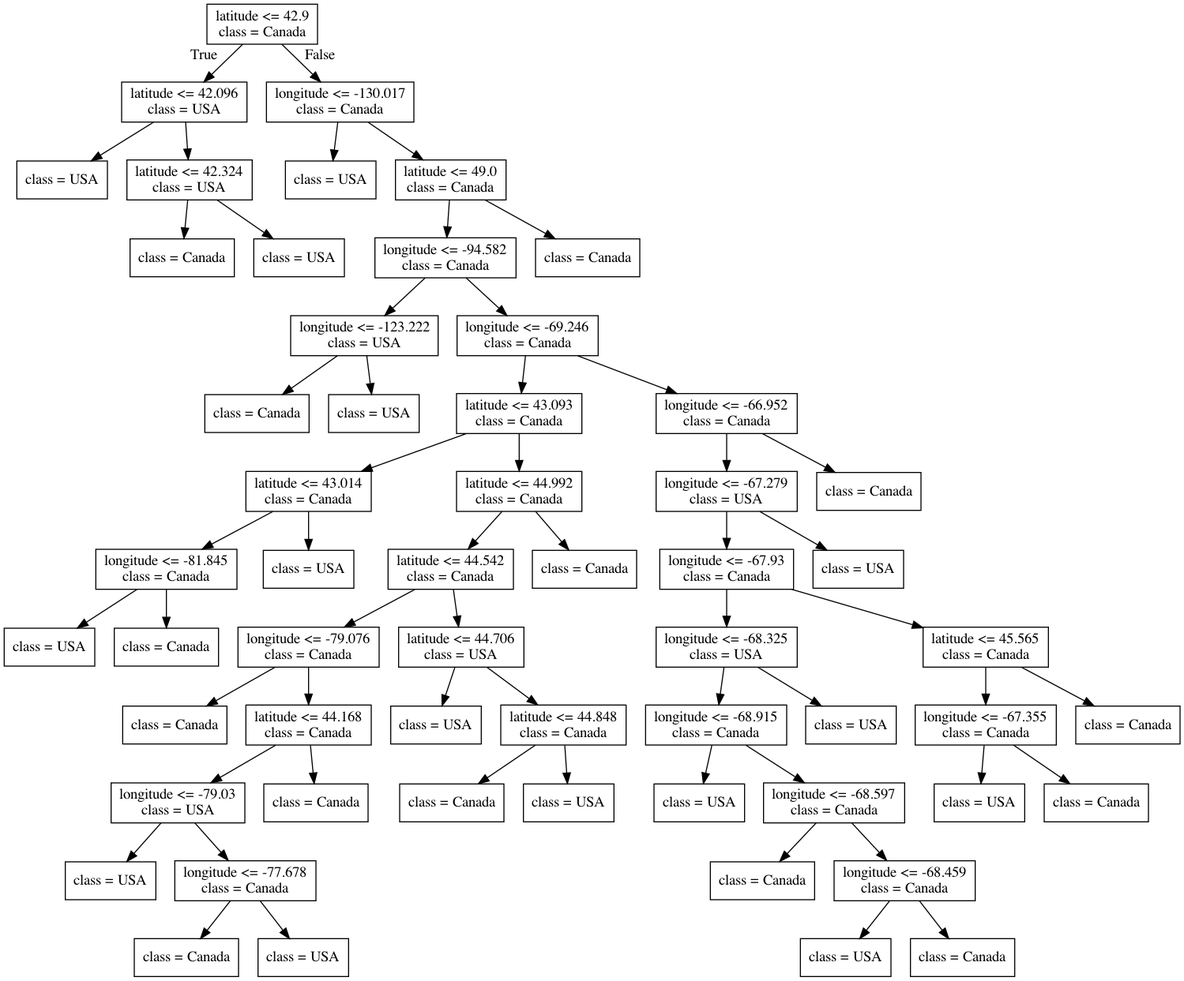
The Graphviz diagram lectures/Source.gv.png in bait509-ubc/BAIT509, before a commit. Its source is kept beside it as lectures/Source.gv.
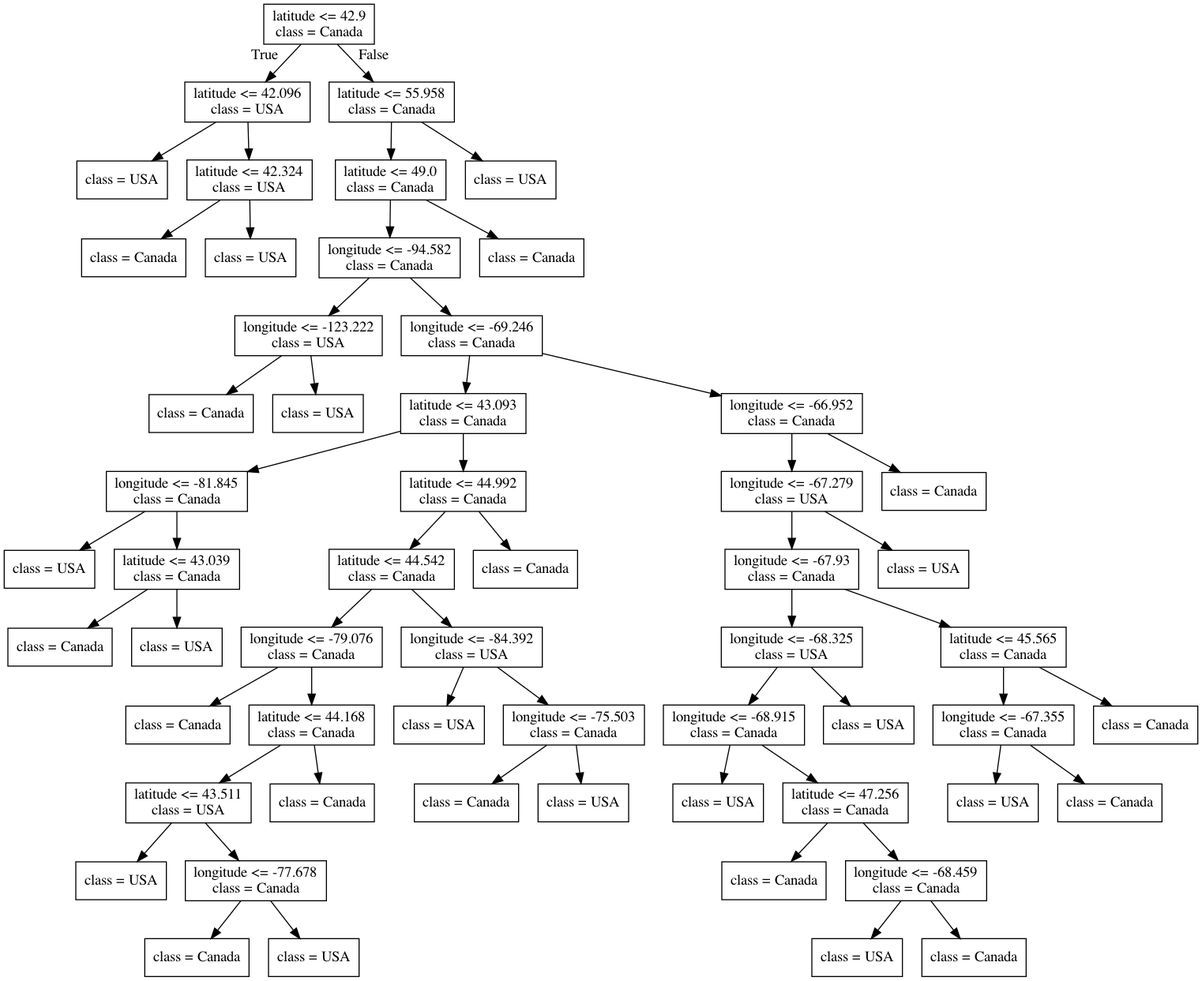
After the commit.

The edit, as a diff of the source:
```diff
@@ -11,106 +11,106 @@
 3 -> 4 ;
 5 [label="class = USA"] ;
 3 -> 5 ;
-6 [label="longitude <= -130.017\nclass = Canada"] ;
+6 [label="latitude <= 55.958\nclass = Canada"] ;
 0 -> 6 [labeldistance=2.5, labelangle=-45, headlabel="False"] ;
-7 [label="class = USA"] ;
+7 [label="latitude <= 49.0\nclass = Canada"] ;
 6 -> 7 ;
-8 [label="latitude <= 49.0\nclass = Canada"] ;
-6 -> 8 ;
-9 [label="longitude <= -94.582\nclass = Canada"] ;
+8 [label="longitude <= -94.582\nclass = Canada"] ;
+7 -> 8 ;
+9 [label="longitude <= -123.222\nclass = USA"] ;
 8 -> 9 ;
-10 [label="longitude <= -123.222\nclass = USA"] ;
+10 [label="class = Canada"] ;
 9 -> 10 ;
-11 [label="class = Canada"] ;
-10 -> 11 ;
-12 [label="class = USA"] ;
-10 -> 12 ;
-13 [label="longitude <= -69.246\nclass = Canada"] ;
-9 -> 13 ;
-14 [label="latitude <= 43.093\nclass = Canada"] ;
+11 [label="class = USA"] ;
+9 -> 11 ;
+12 [label="longitude <= -69.246\nclass = Canada"] ;
+8 -> 12 ;
+13 [label="latitude <= 43.093\nclass = Canada"] ;
+12 -> 13 ;
+14 [label="longitude <= -81.845\nclass = Canada"] ;
 13 -> 14 ;
-15 [label="latitude <= 43.014\nclass = Canada"] ;
+15 [label="class = USA"] ;
 14 -> 15 ;
-16 [label="longitude <= -81.845\nclass = Canada"] ;
-15 -> 16 ;
-17 [label="class = USA"] ;
+16 [label="latitude <= 43.039\nclass = Canada"] ;
+14 -> 16 ;
+17 [label="class = Canada"] ;
 16 -> 17 ;
-18 [label="class = Canada"] ;
+18 [label="class = USA"] ;
 16 -> 18 ;
-19 [label="class = USA"] ;
-15 -> 19 ;
-20 [label="latitude <= 44.992\nclass = Canada"] ;
-14 -> 20 ;
-21 [label="latitude <= 44.542\nclass = Canada"] ;
+19 [label="latitude <= 44.992\nclass = Canada"] ;
+13 -> 19 ;
+20 [label="latitude <= 44.542\nclass = Canada"] ;
+19 -> 20 ;
+21 [label="longitude <= -79.076\nclass = Canada"] ;
 20 -> 21 ;
-22 [label="longitude <= -79.076\nclass = Canada"] ;
+22 [label="class = Canada"] ;
 21 -> 22 ;
-23 [label="class = Canada"] ;
-22 -> 23 ;
-24 [label="latitude <= 44.168\nclass = Canada"] ;
-22 -> 24 ;
-25 [label="longitude <= -79.03\nclass = USA"] ;
+23 [label="latitude <= 44.168\nclass = Canada"] ;
+21 -> 23 ;
+24 [label="latitude <= 43.511\nclass = USA"] ;
+23 -> 24 ;
+25 [label="class = USA"] ;
 24 -> 25 ;
-26 [label="class = USA"] ;
-25 -> 26 ;
-27 [label="longitude <= -77.678\nclass = Canada"] ;
-25 -> 27 ;
-28 [label="class = Canada"] ;
-27 -> 28 ;
-29 [label="class = USA"] ;
-27 -> 29 ;
-30 [label="class = Canada"] ;
-24 -> 30 ;
-31 [label="latitude <= 44.706\nclass = USA"] ;
-21 -> 31 ;
-32 [label="class = USA"] ;
-31 -> 32 ;
-33 [label="latitude <= 44.848\nclass = Canada"] ;
-31 -> 33 ;
-34 [label="class = Canada"] ;
-33 -> 34 ;
-35 [label="class = USA"] ;
-33 -> 35 ;
-36 [label="class = Canada"] ;
-20 -> 36 ;
-37 [label="longitude <= -66.952\nclass = Canada"] ;
-13 -> 37 ;
-38 [label="longitude <= -67.279\nclass = USA"] ;
+26 [label="longitude <= -77.678\nclass = Canada"] ;
+24 -> 26 ;
+27 [label="class = Canada"] ;
+26 -> 27 ;
+28 [label="class = USA"] ;
+26 -> 28 ;
+29 [label="class = Canada"] ;
+23 -> 29 ;
+30 [label="longitude <= -84.392\nclass = USA"] ;
+20 -> 30 ;
+31 [label="class = USA"] ;
+30 -> 31 ;
+32 [label="longitude <= -75.503\nclass = Canada"] ;
+30 -> 32 ;
+33 [label="class = Canada"] ;
+32 -> 33 ;
+34 [label="class = USA"] ;
+32 -> 34 ;
+35 [label="class = Canada"] ;
+19 -> 35 ;
+36 [label="longitude <= -66.952\nclass = Canada"] ;
+12 -> 36 ;
+37 [label="longitude <= -67.279\nclass = USA"] ;
+36 -> 37 ;
+38 [label="longitude <= -67.93\nclass = Canada"] ;
 37 -> 38 ;
-39 [label="longitude <= -67.93\nclass = Canada"] ;
+39 [label="longitude <= -68.325\nclass = USA"] ;
 38 -> 39 ;
-40 [label="longitude <= -68.325\nclass = USA"] ;
+40 [label="longitude <= -68.915\nclass = Canada"] ;
 39 -> 40 ;
-41 [label="longitude <= -68.915\nclass = Canada"] ;
+41 [label="class = USA"] ;
 40 -> 41 ;
-42 [label="class = USA"] ;
-41 -> 42 ;
-43 [label="longitude <= -68.597\nclass = Canada"] ;
-41 -> 43 ;
-44 [label="class = Canada"] ;
-43 -> 44 ;
-45 [label="longitude <= -68.459\nclass = Canada"] ;
-43 -> 45 ;
-46 [label="class = USA"] ;
-45 -> 46 ;
-47 [label="class = Canada"] ;
-45 -> 47 ;
-48 [label="class = USA"] ;
-40 -> 48 ;
-49 [label="latitude <= 45.565\nclass = Canada"] ;
-39 -> 49 ;
-50 [label="longitude <= -67.355\nclass = Canada"] ;
+42 [label="latitude <= 47.256\nclass = Canada"] ;
+40 -> 42 ;
+43 [label="class = Canada"] ;
+42 -> 43 ;
+44 [label="longitude <= -68.459\nclass = Canada"] ;
+42 -> 44 ;
+45 [label="class = USA"] ;
+44 -> 45 ;
+46 [label="class = Canada"] ;
+44 -> 46 ;
+47 [label="class = USA"] ;
+39 -> 47 ;
+48 [label="latitude <= 45.565\nclass = Canada"] ;
+38 -> 48 ;
+49 [label="longitude <= -67.355\nclass = Canada"] ;
+48 -> 49 ;
+50 [label="class = USA"] ;
 49 -> 50 ;
-51 [label="class = USA"] ;
-50 -> 51 ;
+51 [label="class = Canada"] ;
+49 -> 51 ;
 52 [label="class = Canada"] ;
-50 -> 52 ;
-53 [label="class = Canada"] ;
-49 -> 53 ;
-54 [label="class = USA"] ;
-38 -> 54 ;
+48 -> 52 ;
+53 [label="class = USA"] ;
+37 -> 53 ;
+54 [label="class = Canada"] ;
+36 -> 54 ;
 55 [label="class = Canada"] ;
-37 -> 55 ;
-56 [label="class = Canada"] ;
-8 -> 56 ;
+7 -> 55 ;
+56 [label="class = USA"] ;
+6 -> 56 ;
 }
```
